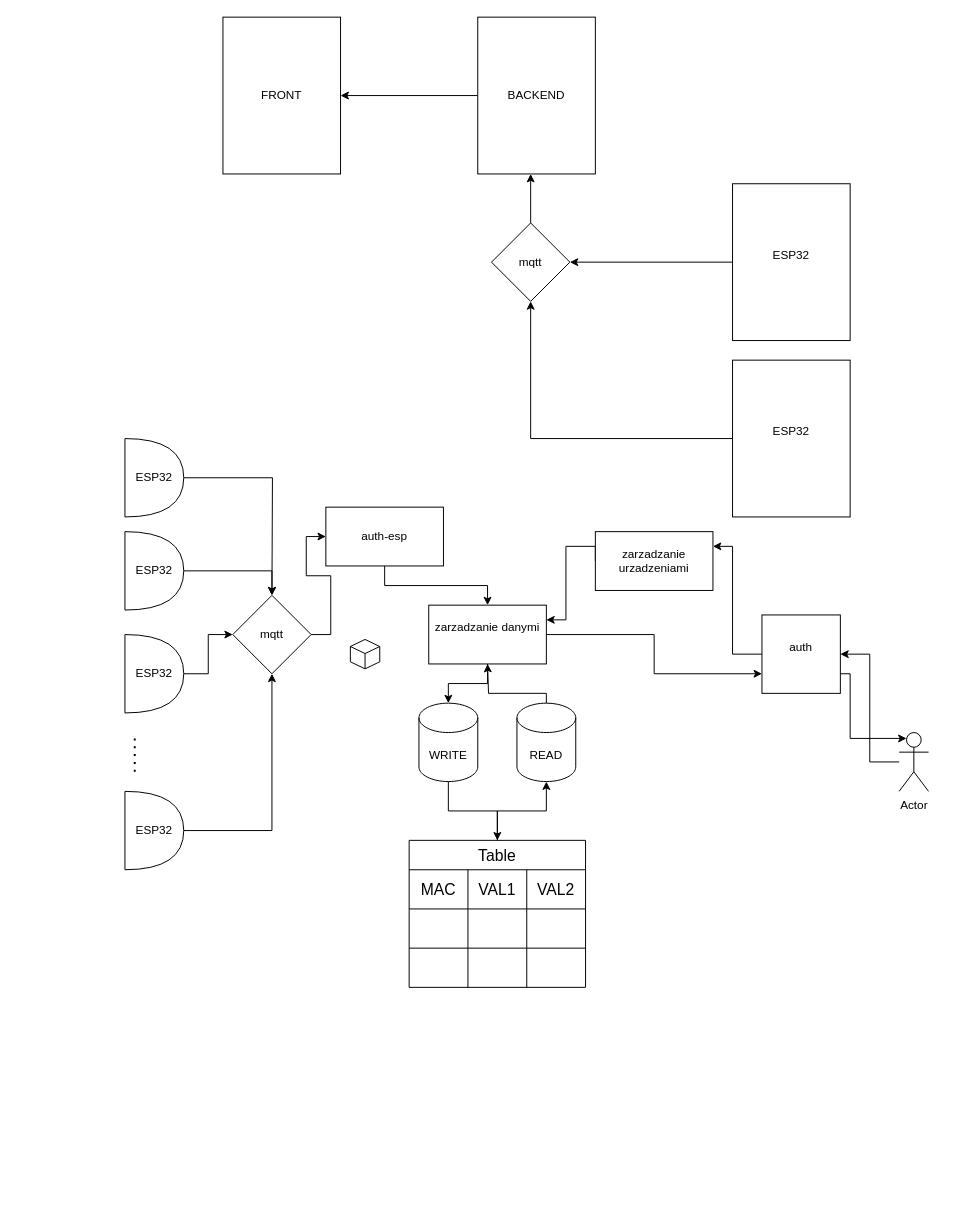
Earlier version of the draw.io diagram diagram.drawio (Plantigo/plantigo-backend). Source tidied: cells renumbered, new cells numbered last; positions are measured from the earlier drawing's top-left corner, leaving out a move shared by most shapes. Both pictures are drawn from the tidied source at 98%, with x=0, y=0 at pixel (124, 17).
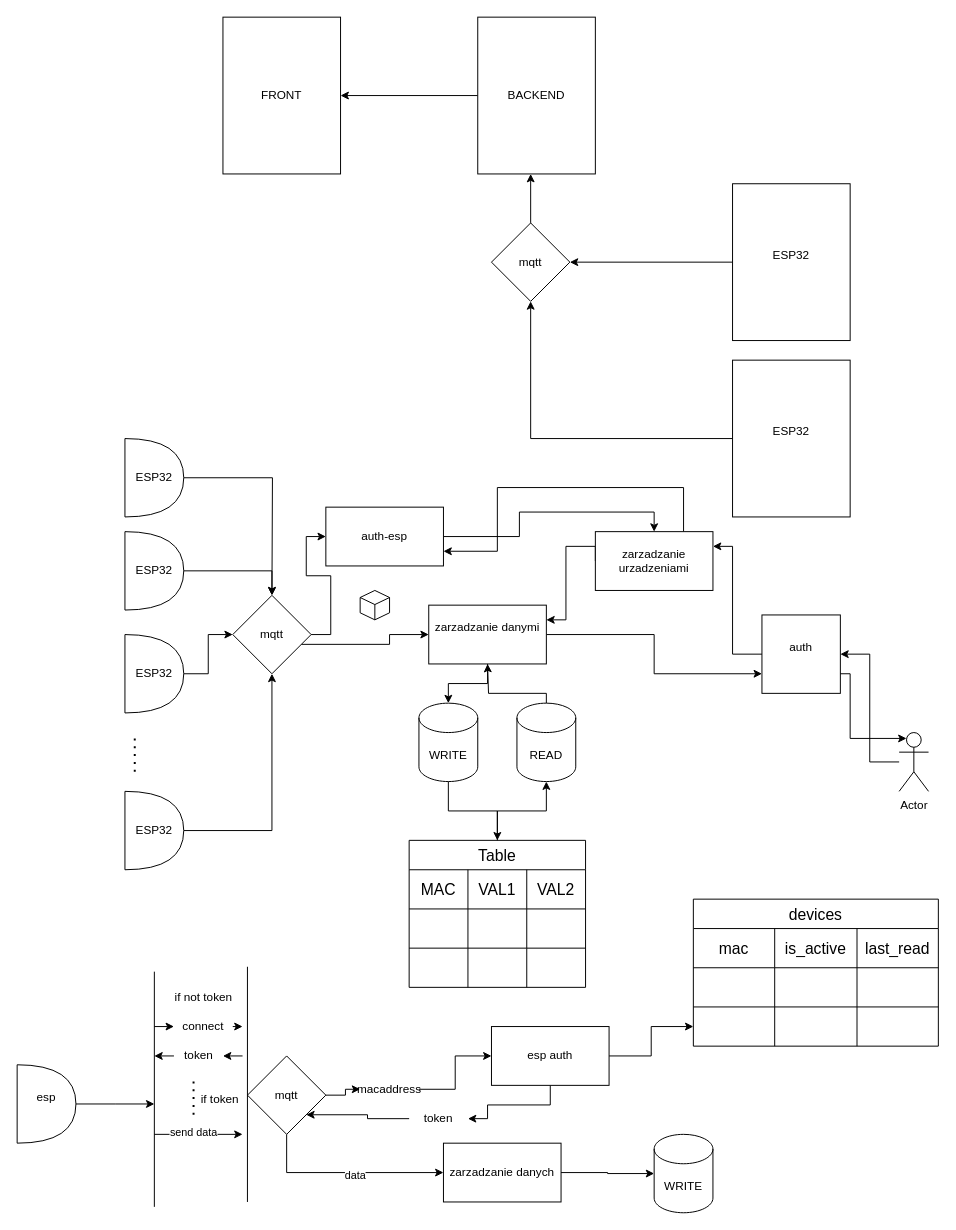
Above is the later version.

The change refers to these unchanged cells:
```xml
<mxCell id="12" value="zarzadzanie danymi&lt;div&gt;&lt;br&gt;&lt;/div&gt;" style="rounded=0;whiteSpace=wrap;html=1;" parent="1" vertex="1">
  <mxGeometry x="310" y="600" width="120" height="60" as="geometry" />
</mxCell>
<mxCell id="14" value="mqtt" style="rhombus;whiteSpace=wrap;html=1;" parent="1" vertex="1">
  <mxGeometry x="110" y="590" width="80" height="80" as="geometry" />
</mxCell>
<mxCell id="50" value="&lt;div&gt;zarzadzanie urzadzeniami&lt;/div&gt;" style="rounded=0;whiteSpace=wrap;html=1;" parent="1" vertex="1">
  <mxGeometry x="480" y="525" width="120" height="60" as="geometry" />
</mxCell>
<mxCell id="52" value="auth-esp" style="rounded=0;whiteSpace=wrap;html=1;" parent="1" vertex="1">
  <mxGeometry x="205" y="500" width="120" height="60" as="geometry" />
</mxCell>
```

Diff of the diagram source:
```diff
@@
+    <mxCell id="53" style="edgeStyle=orthogonalEdgeStyle;rounded=0;jettySize=auto;html=1;entryX=0;entryY=0.5;entryDx=0;entryDy=0;" parent="1" edge="1" source="14" target="12">
+      <mxGeometry relative="1" as="geometry">
+        <Array as="points">
+          <mxPoint x="270" y="640" />
+          <mxPoint x="270" y="630" />
+        </Array>
+      </mxGeometry>
+    </mxCell>
@@
     <mxCell id="15" style="html=1;whiteSpace=wrap;shape=isoCube2;backgroundOutline=1;isoAngle=15;" parent="1" vertex="1">
-      <mxGeometry x="230" y="635" width="30" height="30" as="geometry" />
+      <mxGeometry x="240" y="585" width="30" height="30" as="geometry" />
     </mxCell>
@@
+    <mxCell id="54" style="edgeStyle=orthogonalEdgeStyle;rounded=0;jettySize=auto;html=1;entryX=1;entryY=0.75;entryDx=0;entryDy=0;" parent="1" edge="1" source="50" target="52">
+      <mxGeometry relative="1" as="geometry">
+        <Array as="points">
+          <mxPoint x="570" y="480" />
+          <mxPoint x="380" y="480" />
+          <mxPoint x="380" y="545" />
+        </Array>
+      </mxGeometry>
+    </mxCell>
@@
-    <mxCell id="51" style="edgeStyle=orthogonalEdgeStyle;rounded=0;jettySize=auto;html=1;entryX=0.5;entryY=0;entryDx=0;entryDy=0;" parent="1" edge="1" source="52" target="12">
-      <mxGeometry relative="1" as="geometry" />
-    </mxCell>
+    <mxCell id="55" style="edgeStyle=orthogonalEdgeStyle;rounded=0;jettySize=auto;html=1;entryX=0.5;entryY=0;entryDx=0;entryDy=0;" parent="1" edge="1" source="52" target="50">
+      <mxGeometry relative="1" as="geometry" />
+    </mxCell>
@@
+    <mxCell id="56" style="edgeStyle=orthogonalEdgeStyle;rounded=0;jettySize=auto;html=1;" parent="1" edge="1" source="57">
+      <mxGeometry relative="1" as="geometry">
+        <mxPoint x="30" y="1109" as="targetPoint" />
+      </mxGeometry>
+    </mxCell>
+    <mxCell id="57" value="esp&lt;div&gt;&lt;br&gt;&lt;/div&gt;" style="shape=or;whiteSpace=wrap;html=1;" parent="1" vertex="1">
+      <mxGeometry x="-110" y="1069" width="60" height="80" as="geometry" />
+    </mxCell>
+    <mxCell id="58" style="edgeStyle=orthogonalEdgeStyle;rounded=0;jettySize=auto;html=1;entryX=0;entryY=0.5;entryDx=0;entryDy=0;" parent="1" edge="1" source="71" target="65">
+      <mxGeometry relative="1" as="geometry" />
+    </mxCell>
+    <mxCell id="59" style="edgeStyle=orthogonalEdgeStyle;rounded=0;jettySize=auto;html=1;entryX=0;entryY=0.5;entryDx=0;entryDy=0;" parent="1" edge="1" source="61" target="66">
+      <mxGeometry relative="1" as="geometry">
+        <Array as="points">
+          <mxPoint x="165" y="1179" />
+        </Array>
+      </mxGeometry>
+    </mxCell>
+    <mxCell id="60" value="data" style="edgeLabel;html=1;align=center;verticalAlign=middle;" parent="59" vertex="1">
+      <mxGeometry x="0.09" y="-2" relative="1" as="geometry" />
+    </mxCell>
+    <mxCell id="61" value="mqtt" style="rhombus;whiteSpace=wrap;html=1;" parent="1" vertex="1">
+      <mxGeometry x="125" y="1060" width="80" height="80" as="geometry" />
+    </mxCell>
+    <mxCell id="62" style="edgeStyle=orthogonalEdgeStyle;rounded=0;jettySize=auto;html=1;entryX=1;entryY=1;entryDx=0;entryDy=0;" parent="1" edge="1" source="69" target="61">
+      <mxGeometry relative="1" as="geometry" />
+    </mxCell>
+    <mxCell id="63" style="edgeStyle=orthogonalEdgeStyle;rounded=0;jettySize=auto;html=1;entryX=1;entryY=0.5;entryDx=0;entryDy=0;" parent="1" edge="1" source="65" target="69">
+      <mxGeometry relative="1" as="geometry">
+        <Array as="points">
+          <mxPoint x="434" y="1110" />
+          <mxPoint x="370" y="1110" />
+          <mxPoint x="370" y="1124" />
+        </Array>
+      </mxGeometry>
+    </mxCell>
+    <mxCell id="64" style="edgeStyle=orthogonalEdgeStyle;rounded=0;jettySize=auto;html=1;" parent="1" edge="1" source="65" target="94">
+      <mxGeometry relative="1" as="geometry" />
+    </mxCell>
+    <mxCell id="65" value="esp auth" style="rounded=0;whiteSpace=wrap;html=1;" parent="1" vertex="1">
+      <mxGeometry x="374" y="1030" width="120" height="60" as="geometry" />
+    </mxCell>
+    <mxCell id="66" value="zarzadzanie danych" style="rounded=0;whiteSpace=wrap;html=1;" parent="1" vertex="1">
+      <mxGeometry x="325" y="1149" width="120" height="60" as="geometry" />
+    </mxCell>
+    <mxCell id="67" value="WRITE" style="shape=cylinder3;whiteSpace=wrap;html=1;boundedLbl=1;backgroundOutline=1;size=15;" parent="1" vertex="1">
+      <mxGeometry x="540" y="1140" width="60" height="80" as="geometry" />
+    </mxCell>
+    <mxCell id="68" style="edgeStyle=orthogonalEdgeStyle;rounded=0;jettySize=auto;html=1;entryX=0;entryY=0.5;entryDx=0;entryDy=0;entryPerimeter=0;" parent="1" edge="1" source="66" target="67">
+      <mxGeometry relative="1" as="geometry" />
+    </mxCell>
+    <mxCell id="69" value="token" style="text;html=1;align=center;verticalAlign=middle;whiteSpace=wrap;rounded=0;" parent="1" vertex="1">
+      <mxGeometry x="290" y="1109" width="60" height="30" as="geometry" />
+    </mxCell>
+    <mxCell id="70" style="edgeStyle=orthogonalEdgeStyle;rounded=0;jettySize=auto;html=1;entryX=0;entryY=0.5;entryDx=0;entryDy=0;" parent="1" edge="1" source="61" target="71">
+      <mxGeometry relative="1" as="geometry" />
+    </mxCell>
+    <mxCell id="71" value="macaddress" style="text;html=1;align=center;verticalAlign=middle;whiteSpace=wrap;rounded=0;" parent="1" vertex="1">
+      <mxGeometry x="240" y="1079" width="60" height="30" as="geometry" />
+    </mxCell>
+    <mxCell id="72" style="endArrow=none;html=1;rounded=0;" parent="1" edge="1">
+      <mxGeometry relative="1" as="geometry">
+        <mxPoint x="125" y="1209" as="sourcePoint" />
+        <mxPoint x="125" y="969" as="targetPoint" />
+      </mxGeometry>
+    </mxCell>
+    <mxCell id="73" style="endArrow=none;html=1;rounded=0;" parent="1" edge="1">
+      <mxGeometry relative="1" as="geometry">
+        <mxPoint x="30" y="1214" as="sourcePoint" />
+        <mxPoint x="30" y="974" as="targetPoint" />
+      </mxGeometry>
+    </mxCell>
+    <mxCell id="74" style="endArrow=classic;html=1;rounded=0;" parent="1" edge="1" source="79">
+      <mxGeometry relative="1" as="geometry">
+        <mxPoint x="120" y="1030" as="targetPoint" />
+      </mxGeometry>
+    </mxCell>
+    <mxCell id="75" style="endArrow=classic;html=1;rounded=0;" parent="1" edge="1" source="77">
+      <mxGeometry relative="1" as="geometry">
+        <mxPoint x="30" y="1060" as="targetPoint" />
+      </mxGeometry>
+    </mxCell>
+    <mxCell id="76" style="endArrow=classic;html=1;rounded=0;" parent="1" edge="1" target="77">
+      <mxGeometry relative="1" as="geometry">
+        <mxPoint x="120" y="1060" as="sourcePoint" />
+      </mxGeometry>
+    </mxCell>
+    <mxCell id="77" value="token" style="text;html=1;align=center;verticalAlign=middle;points=[];strokeColor=none;fillColor=none;" parent="1" vertex="1">
+      <mxGeometry x="50" y="1045" width="50" height="30" as="geometry" />
+    </mxCell>
+    <mxCell id="78" style="endArrow=classic;html=1;rounded=0;" parent="1" edge="1" target="79">
+      <mxGeometry relative="1" as="geometry">
+        <mxPoint x="30" y="1030" as="sourcePoint" />
+      </mxGeometry>
+    </mxCell>
+    <mxCell id="79" value="connect" style="text;html=1;align=center;verticalAlign=middle;whiteSpace=wrap;rounded=0;" parent="1" vertex="1">
+      <mxGeometry x="50" y="1015" width="60" height="30" as="geometry" />
+    </mxCell>
+    <mxCell id="80" style="endArrow=classic;html=1;rounded=0;" parent="1" edge="1">
+      <mxGeometry relative="1" as="geometry">
+        <mxPoint x="30" y="1140" as="sourcePoint" />
+        <mxPoint x="120" y="1140" as="targetPoint" />
+      </mxGeometry>
+    </mxCell>
+    <mxCell id="81" value="send data" style="edgeLabel;html=1;align=center;verticalAlign=middle;" parent="80" vertex="1">
+      <mxGeometry x="-0.13" y="3" relative="1" as="geometry" />
+    </mxCell>
+    <mxCell id="82" style="endArrow=none;dashed=1;html=1;dashPattern=1 3;strokeWidth=2;rounded=0;" parent="1" edge="1">
+      <mxGeometry relative="1" as="geometry">
+        <mxPoint x="70" y="1120" as="sourcePoint" />
+        <mxPoint x="70" y="1080" as="targetPoint" />
+      </mxGeometry>
+    </mxCell>
+    <mxCell id="83" value="if not token" style="text;html=1;align=center;verticalAlign=middle;strokeColor=none;fillColor=none;" parent="1" vertex="1">
+      <mxGeometry x="40" y="985" width="80" height="30" as="geometry" />
+    </mxCell>
+    <mxCell id="84" value="&amp;nbsp;if token" style="text;html=1;align=center;verticalAlign=middle;strokeColor=none;fillColor=none;" parent="1" vertex="1">
+      <mxGeometry x="60" y="1090" width="70" height="30" as="geometry" />
+    </mxCell>
+    <mxCell id="85" value="devices" style="shape=table;startSize=30;childLayout=tableLayout;strokeColor=default;fontSize=16;" parent="1" vertex="1">
+      <mxGeometry x="580" y="900" width="250" height="150" as="geometry" />
+    </mxCell>
+    <mxCell id="86" style="shape=tableRow;horizontal=0;startSize=0;swimlaneHead=0;swimlaneBody=0;strokeColor=inherit;top=0;left=0;bottom=0;right=0;fillColor=none;fontSize=16;" parent="85" vertex="1">
+      <mxGeometry y="30" width="250" height="40" as="geometry" />
+    </mxCell>
+    <mxCell id="87" value="mac" style="shape=partialRectangle;html=1;whiteSpace=wrap;strokeColor=inherit;overflow=hidden;fillColor=none;top=0;left=0;bottom=0;right=0;fontSize=16;" parent="86" vertex="1">
+      <mxGeometry width="83" height="40" as="geometry" />
+    </mxCell>
+    <mxCell id="88" value="is_active" style="shape=partialRectangle;html=1;whiteSpace=wrap;strokeColor=inherit;overflow=hidden;fillColor=none;top=0;left=0;bottom=0;right=0;fontSize=16;" parent="86" vertex="1">
+      <mxGeometry x="83" width="84" height="40" as="geometry" />
+    </mxCell>
+    <mxCell id="89" value="last_read" style="shape=partialRectangle;html=1;whiteSpace=wrap;strokeColor=inherit;overflow=hidden;fillColor=none;top=0;left=0;bottom=0;right=0;fontSize=16;" parent="86" vertex="1">
+      <mxGeometry x="167" width="83" height="40" as="geometry" />
+    </mxCell>
+    <mxCell id="90" style="shape=tableRow;horizontal=0;startSize=0;swimlaneHead=0;swimlaneBody=0;strokeColor=inherit;top=0;left=0;bottom=0;right=0;fillColor=none;fontSize=16;" parent="85" vertex="1">
+      <mxGeometry y="70" width="250" height="40" as="geometry" />
+    </mxCell>
+    <mxCell id="91" style="shape=partialRectangle;html=1;whiteSpace=wrap;strokeColor=inherit;overflow=hidden;fillColor=none;top=0;left=0;bottom=0;right=0;fontSize=16;" parent="90" vertex="1">
+      <mxGeometry width="83" height="40" as="geometry" />
+    </mxCell>
+    <mxCell id="92" style="shape=partialRectangle;html=1;whiteSpace=wrap;strokeColor=inherit;overflow=hidden;fillColor=none;top=0;left=0;bottom=0;right=0;fontSize=16;" parent="90" vertex="1">
+      <mxGeometry x="83" width="84" height="40" as="geometry" />
+    </mxCell>
+    <mxCell id="93" style="shape=partialRectangle;html=1;whiteSpace=wrap;strokeColor=inherit;overflow=hidden;fillColor=none;top=0;left=0;bottom=0;right=0;fontSize=16;" parent="90" vertex="1">
+      <mxGeometry x="167" width="83" height="40" as="geometry" />
+    </mxCell>
+    <mxCell id="94" style="shape=tableRow;horizontal=0;startSize=0;swimlaneHead=0;swimlaneBody=0;strokeColor=inherit;top=0;left=0;bottom=0;right=0;fillColor=none;points=[[0,0.5],[1,0.5]];portConstraint=eastwest;fontSize=16;" parent="85" vertex="1">
+      <mxGeometry y="110" width="250" height="40" as="geometry" />
+    </mxCell>
+    <mxCell id="95" style="shape=partialRectangle;html=1;whiteSpace=wrap;strokeColor=inherit;overflow=hidden;fillColor=none;top=0;left=0;bottom=0;right=0;fontSize=16;" parent="94" vertex="1">
+      <mxGeometry width="83" height="40" as="geometry" />
+    </mxCell>
+    <mxCell id="96" style="shape=partialRectangle;html=1;whiteSpace=wrap;strokeColor=inherit;overflow=hidden;fillColor=none;top=0;left=0;bottom=0;right=0;fontSize=16;" parent="94" vertex="1">
+      <mxGeometry x="83" width="84" height="40" as="geometry" />
+    </mxCell>
+    <mxCell id="97" style="shape=partialRectangle;html=1;whiteSpace=wrap;strokeColor=inherit;overflow=hidden;fillColor=none;top=0;left=0;bottom=0;right=0;fontSize=16;" parent="94" vertex="1">
+      <mxGeometry x="167" width="83" height="40" as="geometry" />
+    </mxCell>
```
